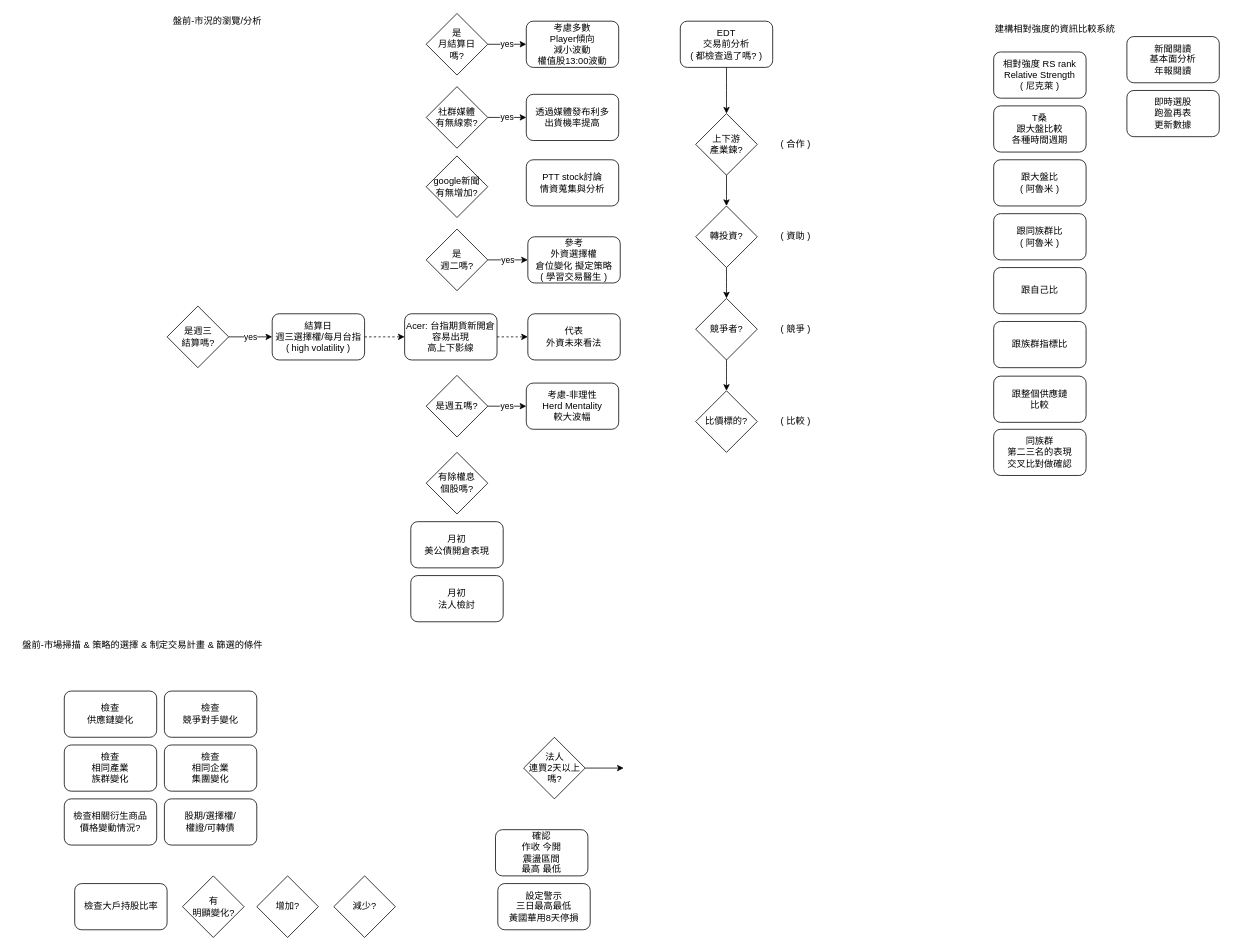
Before: page "TAIEX trades" (1 of 2) of trade/operation.drawio in bryankuo/lab, a draw.io diagram. Source tidied: cells renumbered, new cells numbered last; positions are measured from the earlier drawing's top-left corner, leaving out a move shared by most shapes. Both pictures are drawn from the tidied source at 77%, with x=0, y=0 at pixel (13, 13).
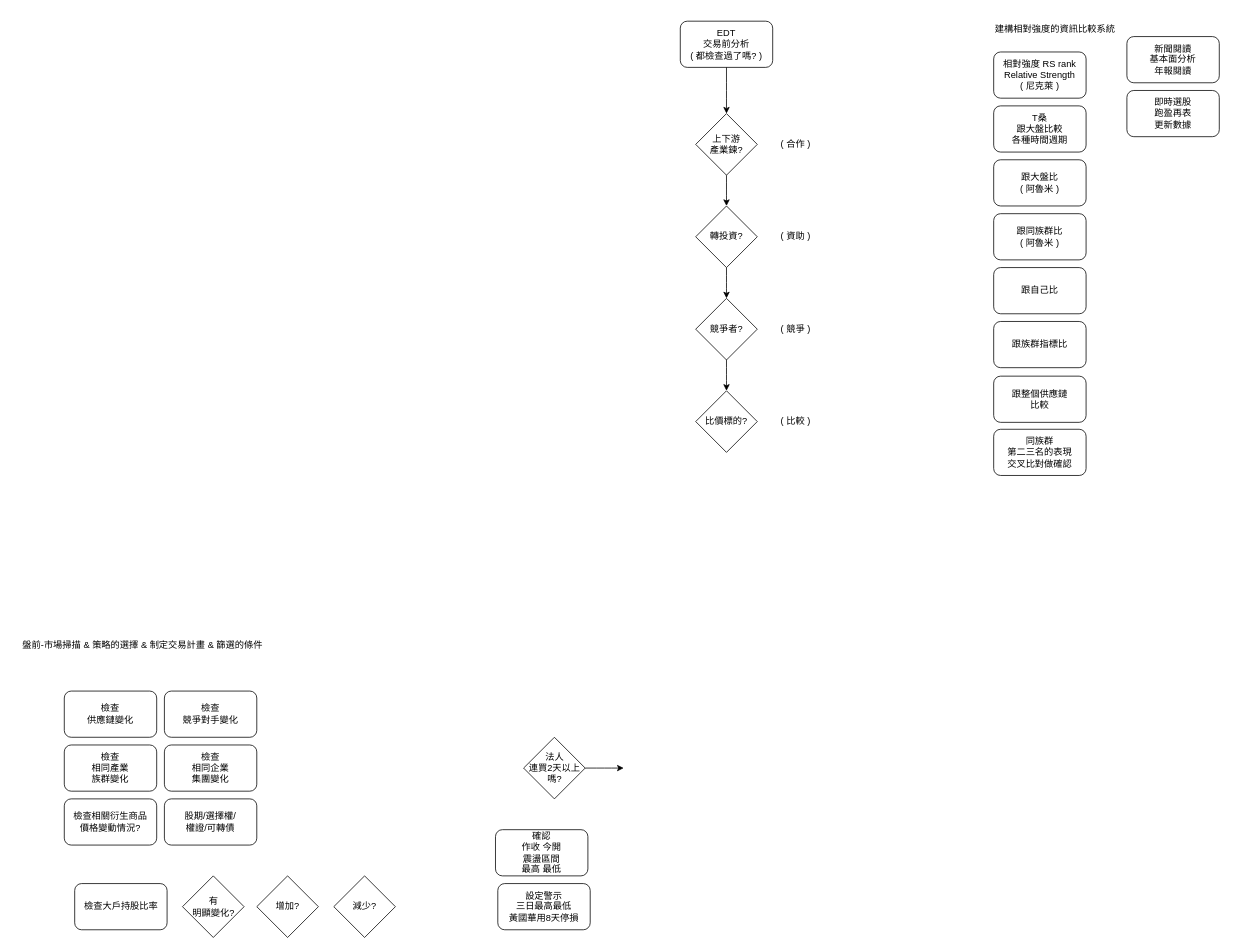
After the change.

The edit, as a diff of the source:
```diff
@@
-    <mxCell id="3" value="結算日&lt;br&gt;週三選擇權/每月台指&lt;br&gt;( high volatility )" style="rounded=1;whiteSpace=wrap;html=1;" parent="1" vertex="1">
-      <mxGeometry x="336" y="390" width="120" height="60" as="geometry" />
-    </mxCell>
@@
-    <mxCell id="5" value="考慮-非理性&lt;br&gt;Herd Mentality&lt;br&gt;較大波幅" style="rounded=1;whiteSpace=wrap;html=1;" parent="1" vertex="1">
-      <mxGeometry x="666" y="480" width="120" height="60" as="geometry" />
-    </mxCell>
-    <mxCell id="6" value="&lt;span&gt;是週五嗎?&lt;/span&gt;" style="rhombus;whiteSpace=wrap;html=1;" parent="1" vertex="1">
-      <mxGeometry x="536" y="470" width="80" height="80" as="geometry" />
-    </mxCell>
-    <mxCell id="7" value="yes" style="edgeStyle=elbowEdgeStyle;elbow=vertical;endArrow=classic;html=1;entryX=0;entryY=0.5;entryDx=0;entryDy=0;" parent="1" edge="1" source="6" target="5">
-      <mxGeometry relative="1" as="geometry" />
-    </mxCell>
@@
-    <mxCell id="21" value="PTT stock討論&lt;br&gt;情資蒐集與分析" style="rounded=1;whiteSpace=wrap;html=1;" parent="1" vertex="1">
-      <mxGeometry x="666" y="190" width="120" height="60" as="geometry" />
-    </mxCell>
@@
-    <mxCell id="25" value="&lt;span&gt;是&lt;br&gt;月結算日&lt;br&gt;嗎?&lt;/span&gt;" style="rhombus;whiteSpace=wrap;html=1;" parent="1" vertex="1">
-      <mxGeometry x="536" width="80" height="80" as="geometry" />
-    </mxCell>
-    <mxCell id="26" value="yes" style="edgeStyle=elbowEdgeStyle;elbow=vertical;endArrow=classic;html=1;entryX=0;entryY=0.5;entryDx=0;entryDy=0;" parent="1" edge="1" source="25">
-      <mxGeometry relative="1" as="geometry">
-        <mxPoint x="666" y="39.6" as="targetPoint" />
-        <Array as="points">
-          <mxPoint x="716" y="40" />
-        </Array>
-      </mxGeometry>
-    </mxCell>
-    <mxCell id="27" value="考慮多數&lt;br&gt;Player傾向&lt;br&gt;減小波動&lt;br&gt;權值股13:00波動" style="rounded=1;whiteSpace=wrap;html=1;" parent="1" vertex="1">
-      <mxGeometry x="666" y="10" width="120" height="60" as="geometry" />
-    </mxCell>
@@
-    <mxCell id="30" value="有除權息&lt;br&gt;個股嗎?" style="rhombus;whiteSpace=wrap;html=1;" parent="1" vertex="1">
-      <mxGeometry x="536" y="570" width="80" height="80" as="geometry" />
-    </mxCell>
@@
-    <mxCell id="40" value="&lt;span&gt;社群媒體&lt;br&gt;有無線索?&lt;/span&gt;" style="rhombus;whiteSpace=wrap;html=1;" parent="1" vertex="1">
-      <mxGeometry x="536" y="95" width="80" height="80" as="geometry" />
-    </mxCell>
-    <mxCell id="41" value="&lt;span&gt;google新聞&lt;br&gt;有無增加?&lt;/span&gt;" style="rhombus;whiteSpace=wrap;html=1;" parent="1" vertex="1">
-      <mxGeometry x="536" y="185" width="80" height="80" as="geometry" />
-    </mxCell>
@@
-    <mxCell id="45" value="透過媒體發布利多&lt;br&gt;出貨機率提高" style="rounded=1;whiteSpace=wrap;html=1;" parent="1" vertex="1">
-      <mxGeometry x="666" y="105" width="120" height="60" as="geometry" />
-    </mxCell>
-    <mxCell id="46" value="yes" style="edgeStyle=elbowEdgeStyle;elbow=vertical;endArrow=classic;html=1;" parent="1" edge="1" source="40" target="45">
-      <mxGeometry relative="1" as="geometry" />
-    </mxCell>
-    <mxCell id="47" value="&lt;span&gt;是週三&lt;br&gt;結算嗎?&lt;/span&gt;" style="rhombus;whiteSpace=wrap;html=1;" parent="1" vertex="1">
-      <mxGeometry x="199.5" y="380" width="80" height="80" as="geometry" />
-    </mxCell>
-    <mxCell id="48" value="yes" style="edgeStyle=elbowEdgeStyle;elbow=vertical;endArrow=classic;html=1;" parent="1" edge="1" source="47" target="3">
-      <mxGeometry relative="1" as="geometry" />
-    </mxCell>
-    <mxCell id="49" value="參考&lt;br&gt;外資選擇權&lt;br&gt;倉位變化 擬定策略&lt;br&gt;(&amp;nbsp;學習交易醫生&amp;nbsp;)" style="rounded=1;whiteSpace=wrap;html=1;" parent="1" vertex="1">
-      <mxGeometry x="668" y="290" width="120" height="60" as="geometry" />
-    </mxCell>
-    <mxCell id="50" value="&lt;span&gt;是&lt;br&gt;週二嗎?&lt;/span&gt;" style="rhombus;whiteSpace=wrap;html=1;" parent="1" vertex="1">
-      <mxGeometry x="536" y="280" width="80" height="80" as="geometry" />
-    </mxCell>
-    <mxCell id="51" value="yes" style="edgeStyle=elbowEdgeStyle;elbow=vertical;endArrow=classic;html=1;" parent="1" edge="1" source="50" target="49">
-      <mxGeometry relative="1" as="geometry" />
-    </mxCell>
@@
-    <mxCell id="54" value="Acer: 台指期貨新開倉&lt;br&gt;容易出現&lt;br&gt;高上下影線" style="rounded=1;whiteSpace=wrap;html=1;" parent="1" vertex="1">
-      <mxGeometry x="508" y="390" width="120" height="60" as="geometry" />
-    </mxCell>
-    <mxCell id="55" style="edgeStyle=elbowEdgeStyle;elbow=horizontal;endArrow=classic;html=1;dashed=1;exitX=1;exitY=0.5;exitDx=0;exitDy=0;entryX=0;entryY=0.5;entryDx=0;entryDy=0;" parent="1" edge="1" source="3" target="54">
-      <mxGeometry relative="1" as="geometry" />
-    </mxCell>
-    <mxCell id="56" value="代表&lt;br&gt;外資未來看法" style="rounded=1;whiteSpace=wrap;html=1;" parent="1" vertex="1">
-      <mxGeometry x="668" y="390" width="120" height="60" as="geometry" />
-    </mxCell>
-    <mxCell id="57" style="edgeStyle=elbowEdgeStyle;elbow=horizontal;endArrow=classic;html=1;dashed=1;exitX=1;exitY=0.5;exitDx=0;exitDy=0;" parent="1" edge="1" source="54" target="56">
-      <mxGeometry relative="1" as="geometry" />
-    </mxCell>
-    <mxCell id="58" value="盤前-市況的瀏覽/分析" style="text;html=1;strokeColor=none;fillColor=none;align=center;verticalAlign=middle;whiteSpace=wrap;rounded=0;" parent="1" vertex="1">
-      <mxGeometry x="199.5" width="130" height="20" as="geometry" />
-    </mxCell>
@@
-    <mxCell id="64" value="月初&lt;br&gt;美公債開倉表現" style="rounded=1;whiteSpace=wrap;html=1;" parent="1" vertex="1">
-      <mxGeometry x="516" y="660" width="120" height="60" as="geometry" />
-    </mxCell>
-    <mxCell id="65" value="月初&lt;br&gt;法人檢討" style="rounded=1;whiteSpace=wrap;html=1;" parent="1" vertex="1">
-      <mxGeometry x="516" y="730" width="120" height="60" as="geometry" />
-    </mxCell>
```
